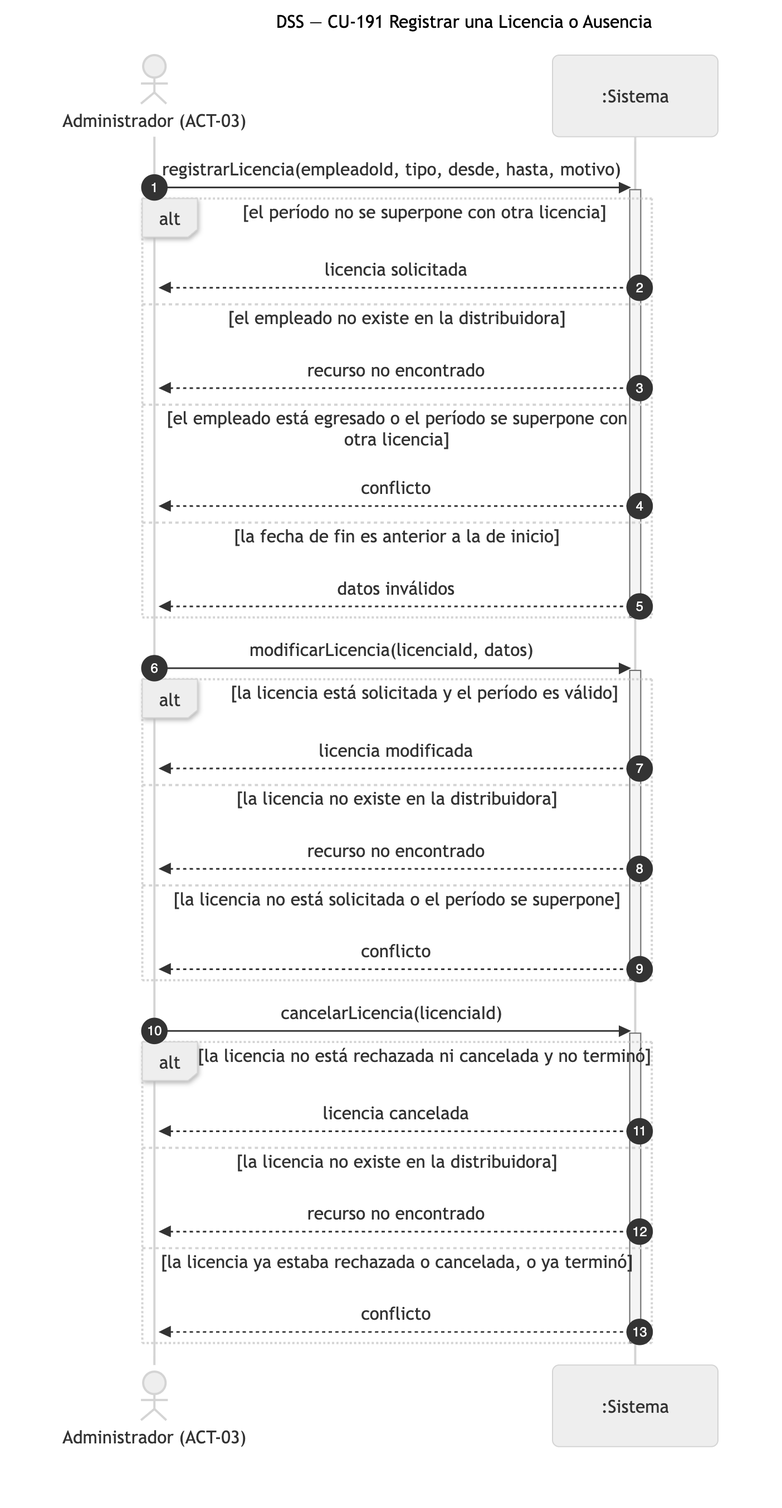
This is diagramas/png/DSS_CU-191_Registrar-una-Licencia-o-Ausencia.png from Nahuelito-Dev/splg-docs, a Mermaid export, as it was before one commit. Its source is kept beside it as diagramas/DSS_CU-191_Registrar-una-Licencia-o-Ausencia.mmd. The source it was exported from:
```mermaid
sequenceDiagram
    title DSS — CU-191 Registrar una Licencia o Ausencia
    autonumber
    actor ADM as Administrador (ACT-03)
    participant SIS as :Sistema

    ADM->>SIS: registrarLicencia(empleadoId, tipo, desde, hasta, motivo)
    activate SIS
    alt el período no se superpone con otra licencia
        SIS-->>ADM: licencia solicitada
    else el empleado no existe en la distribuidora
        SIS-->>ADM: recurso no encontrado
    else el empleado está egresado o el período se superpone con otra licencia
        SIS-->>ADM: conflicto
    else la fecha de fin es anterior a la de inicio
        SIS-->>ADM: datos inválidos
    end
    deactivate SIS

    ADM->>SIS: modificarLicencia(licenciaId, datos)
    activate SIS
    alt la licencia está solicitada y el período es válido
        SIS-->>ADM: licencia modificada
    else la licencia no existe en la distribuidora
        SIS-->>ADM: recurso no encontrado
    else la licencia no está solicitada o el período se superpone
        SIS-->>ADM: conflicto
    end
    deactivate SIS

    ADM->>SIS: cancelarLicencia(licenciaId)
    activate SIS
    alt la licencia no está rechazada ni cancelada y no terminó
        SIS-->>ADM: licencia cancelada
    else la licencia no existe en la distribuidora
        SIS-->>ADM: recurso no encontrado
    else la licencia ya estaba rechazada o cancelada, o ya terminó
        SIS-->>ADM: conflicto
    end
    deactivate SIS
```
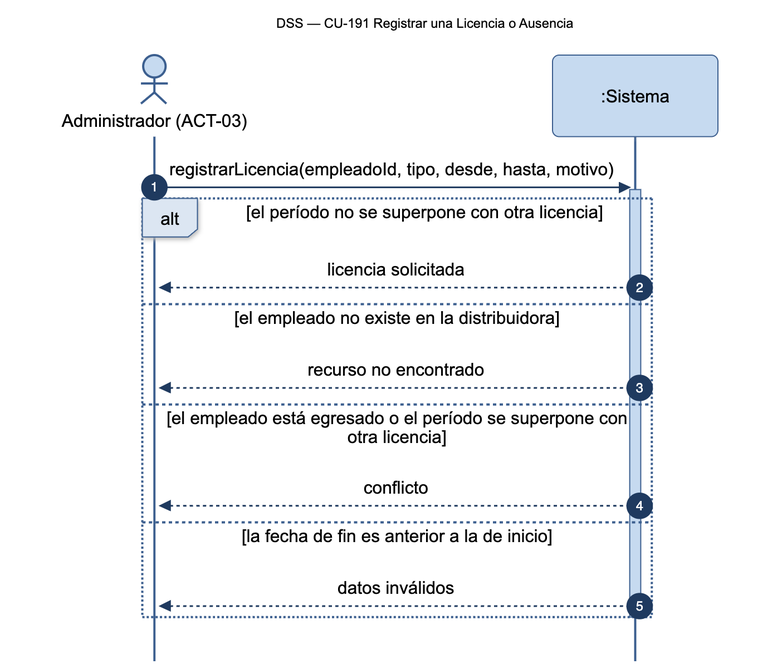
Later version of the same file.

Change to the diagram source:
```diff
@@ -16,25 +16,3 @@
         SIS-->>ADM: datos inválidos
     end
     deactivate SIS
-
-    ADM->>SIS: modificarLicencia(licenciaId, datos)
-    activate SIS
-    alt la licencia está solicitada y el período es válido
-        SIS-->>ADM: licencia modificada
-    else la licencia no existe en la distribuidora
-        SIS-->>ADM: recurso no encontrado
-    else la licencia no está solicitada o el período se superpone
-        SIS-->>ADM: conflicto
-    end
-    deactivate SIS
-
-    ADM->>SIS: cancelarLicencia(licenciaId)
-    activate SIS
-    alt la licencia no está rechazada ni cancelada y no terminó
-        SIS-->>ADM: licencia cancelada
-    else la licencia no existe en la distribuidora
-        SIS-->>ADM: recurso no encontrado
-    else la licencia ya estaba rechazada o cancelada, o ya terminó
-        SIS-->>ADM: conflicto
-    end
-    deactivate SIS
```
